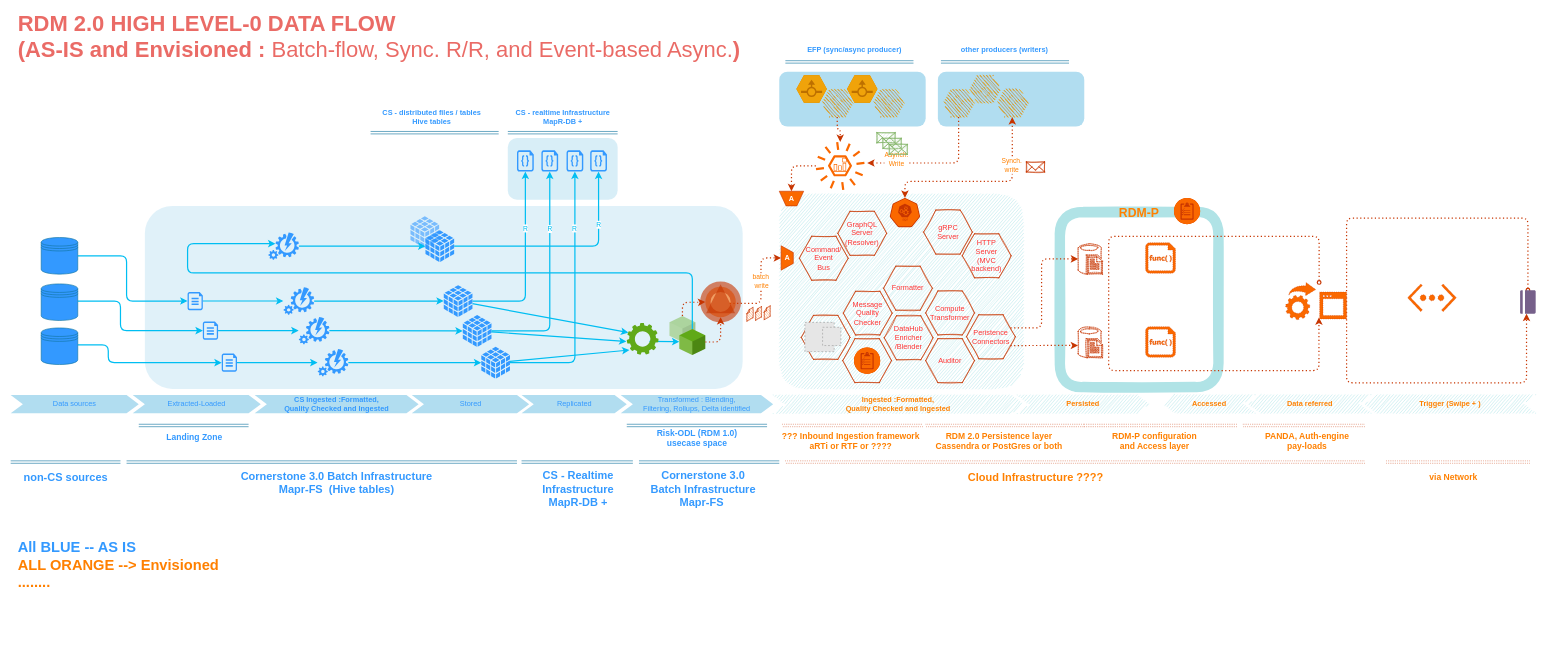
Before: Dataflow.drawio in gaurjain/drawio, a draw.io diagram. Source tidied: cells renumbered, new cells numbered last; positions are measured from the earlier drawing's top-left corner, leaving out a move shared by most shapes. Both pictures are drawn from the tidied source at 61%, with x=0, y=0 at pixel (10, 23). Pictures stored in the file or linked from it are replaced by grey dashed boxes.
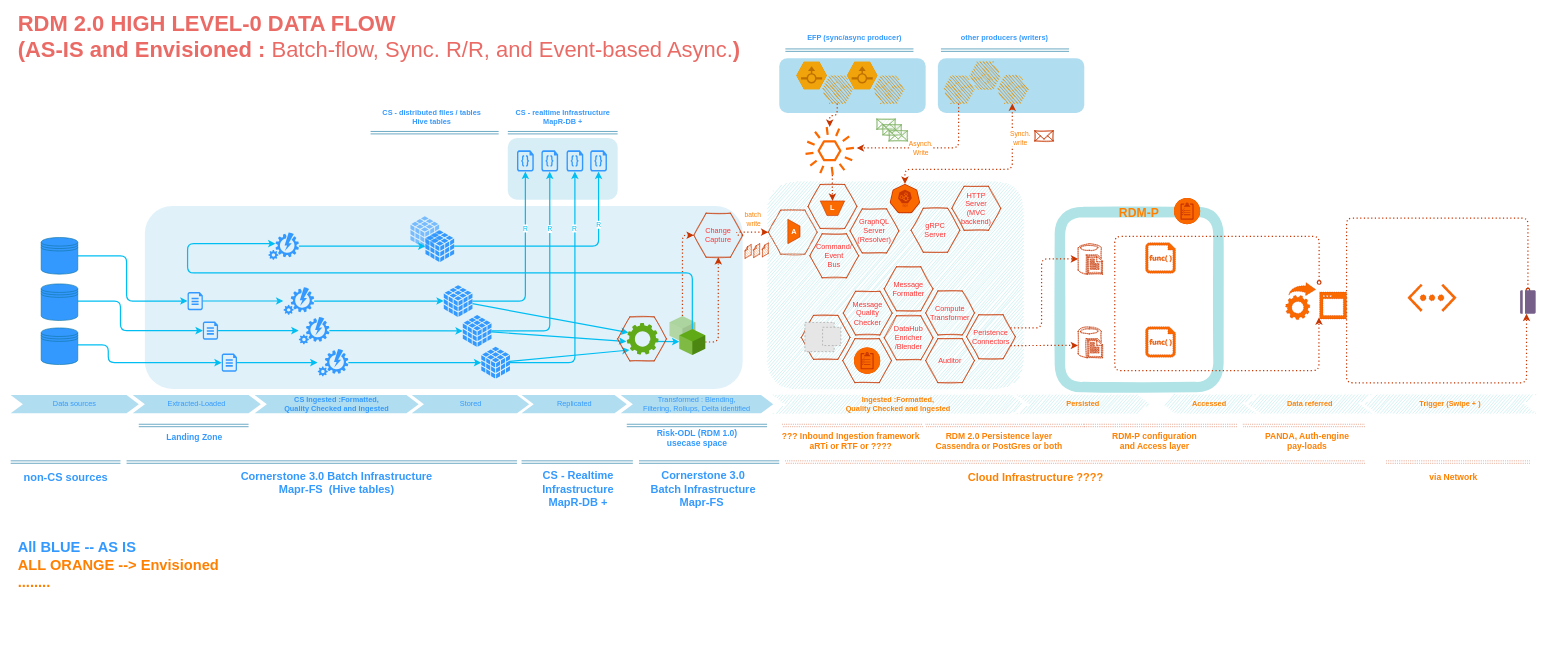
Above is the later version.

Unchanged cells that the change refers to:
```xml
<mxCell id="9" style="verticalLabelPosition=bottom;verticalAlign=top;html=1;shape=mxgraph.infographic.shadedCube;isoAngle=15;fillColor=#60a917;fontColor=#ffffff;strokeColor=none;shadow=0;opacity=40;" parent="1" vertex="1">
  <mxGeometry x="1080" y="480.6" width="42.5" height="42.5" as="geometry" />
</mxCell>
<mxCell id="42" style="verticalLabelPosition=bottom;verticalAlign=top;html=1;shape=mxgraph.infographic.shadedCube;isoAngle=15;fillColor=#60a917;fontColor=#ffffff;strokeColor=none;" parent="1" vertex="1">
  <mxGeometry x="1096.2" y="501.9" width="42.5" height="42.5" as="geometry" />
</mxCell>
<mxCell id="98" style="html=1;strokeColor=#C73500;shadow=0;align=center;verticalAlign=top;fillColor=#fa6800;shape=mxgraph.gcp2.gear_arrow;dashed=1;dashPattern=1 2;labelBackgroundColor=none;sketch=0;fontColor=#ffffff;" parent="1" vertex="1">
  <mxGeometry x="2090" y="425.5" width="100" height="61" as="geometry" />
</mxCell>
```

What changed in the source:
```diff
@@
+    <mxCell id="159" style="shape=hexagon;perimeter=hexagonPerimeter2;whiteSpace=wrap;html=1;fixedSize=1;strokeColor=#C73500;sketch=1;fontColor=#ffffff;fillColor=none;" parent="1" vertex="1">
+      <mxGeometry x="1242.1" y="307" width="80" height="72.1" as="geometry" />
+    </mxCell>
     <mxCell id="2" style="rounded=1;whiteSpace=wrap;html=1;sketch=0;fillColor=#b1ddf0;strokeColor=none;" parent="1" vertex="1">
-      <mxGeometry x="1520" y="80" width="240" height="90" as="geometry" />
+      <mxGeometry x="1520" y="57.8" width="240" height="90" as="geometry" />
     </mxCell>
     <mxCell id="3" style="rounded=1;whiteSpace=wrap;html=1;sketch=1;fillColor=#b0e3e6;strokeColor=none;" parent="1" vertex="1">
-      <mxGeometry x="1260" y="280" width="400" height="320" as="geometry" />
+      <mxGeometry x="1240" y="260" width="420" height="340" as="geometry" />
     </mxCell>
@@
     <mxCell id="7" value="&lt;font&gt;gRPC &lt;br&gt;Server&lt;/font&gt;" style="shape=hexagon;perimeter=hexagonPerimeter2;whiteSpace=wrap;html=1;fixedSize=1;strokeColor=#C73500;sketch=1;fillColor=none;fontColor=#FF3333;" parent="1" vertex="1">
-      <mxGeometry x="1496.5" y="306.9" width="80" height="72.1" as="geometry" />
+      <mxGeometry x="1476" y="303.9" width="80" height="72.1" as="geometry" />
     </mxCell>
@@
     <mxCell id="11" style="rounded=1;whiteSpace=wrap;html=1;sketch=0;fillColor=#b1ddf0;strokeColor=none;" parent="1" vertex="1">
-      <mxGeometry x="1260" y="80" width="240" height="90" as="geometry" />
+      <mxGeometry x="1260" y="57.8" width="240" height="90" as="geometry" />
     </mxCell>
@@
     <mxCell id="94" style="edgeStyle=orthogonalEdgeStyle;rounded=1;sketch=0;orthogonalLoop=1;jettySize=auto;html=1;shadow=0;dashed=1;dashPattern=1 2;labelBackgroundColor=none;strokeColor=#C73500;strokeWidth=2;fontColor=#FF8000;fillColor=#fa6800;startArrow=oval;startFill=0;entryX=0.547;entryY=0.941;entryDx=0;entryDy=0;entryPerimeter=0;" parent="1" edge="1" source="98" target="98">
       <mxGeometry relative="1" as="geometry">
         <Array as="points">
           <mxPoint x="2145" y="350" />
-          <mxPoint x="1800" y="350" />
-          <mxPoint x="1800" y="570" />
+          <mxPoint x="1810" y="350" />
+          <mxPoint x="1810" y="570" />
           <mxPoint x="2145" y="570" />
         </Array>
       </mxGeometry>
     </mxCell>
@@
     <mxCell id="103" style="verticalLabelPosition=bottom;html=1;fillColor=#f0a30a;verticalAlign=top;align=center;points=[[0,0.5,0],[0.125,0.25,0],[0.25,0,0],[0.5,0,0],[0.75,0,0],[0.875,0.25,0],[1,0.5,0],[0.875,0.75,0],[0.75,1,0],[0.5,1,0],[0.125,0.75,0]];shape=mxgraph.cisco_safe.compositeIcon;bgIcon=mxgraph.cisco_safe.design.blank_device;resIcon=mxgraph.cisco_safe.design.flow_sensor_2;sketch=1;flipV=1;strokeColor=#BD7000;fontColor=#ffffff;" parent="1" vertex="1">
-      <mxGeometry x="1330" y="109.4" width="50" height="45" as="geometry" />
+      <mxGeometry x="1330" y="87.2" width="50" height="45" as="geometry" />
     </mxCell>
     <mxCell id="104" style="verticalLabelPosition=bottom;html=1;fillColor=#f0a30a;verticalAlign=top;align=center;shape=mxgraph.cisco_safe.compositeIcon;bgIcon=mxgraph.cisco_safe.design.blank_device;resIcon=mxgraph.cisco_safe.design.flow_sensor;sketch=0;strokeColor=#BD7000;fontColor=#ffffff;" parent="1" vertex="1">
-      <mxGeometry x="1371" y="86" width="50" height="45" as="geometry" />
+      <mxGeometry x="1371" y="63.8" width="50" height="45" as="geometry" />
     </mxCell>
     <mxCell id="105" style="verticalLabelPosition=bottom;html=1;fillColor=#f0a30a;strokeColor=#BD7000;verticalAlign=top;align=center;shape=mxgraph.cisco_safe.compositeIcon;bgIcon=mxgraph.cisco_safe.design.blank_device;resIcon=mxgraph.cisco_safe.design.flow_sensor_2;sketch=1;flipV=1;fontColor=#ffffff;" parent="1" vertex="1">
-      <mxGeometry x="1414" y="109.4" width="50" height="45" as="geometry" />
+      <mxGeometry x="1414" y="87.2" width="50" height="45" as="geometry" />
     </mxCell>
     <mxCell id="106" style="verticalLabelPosition=bottom;html=1;fillColor=#f0a30a;verticalAlign=top;align=center;shape=mxgraph.cisco_safe.compositeIcon;bgIcon=mxgraph.cisco_safe.design.blank_device;resIcon=mxgraph.cisco_safe.design.flow_sensor;sketch=0;strokeColor=#BD7000;fontColor=#ffffff;" parent="1" vertex="1">
-      <mxGeometry x="1288" y="86" width="50" height="45" as="geometry" />
+      <mxGeometry x="1288" y="63.8" width="50" height="45" as="geometry" />
     </mxCell>
     <mxCell id="107" style="html=1;dashed=0;whitespace=wrap;points=[[0.005,0.63,0],[0.1,0.2,0],[0.9,0.2,0],[0.5,0,0],[0.995,0.63,0],[0.72,0.99,0],[0.5,1,0],[0.28,0.99,0]];shape=mxgraph.kubernetes.icon;prIcon=api;sketch=0;fontColor=#ffffff;strokeColor=#C73500;fillColor=#fa6800;" parent="1" vertex="1">
-      <mxGeometry x="1441" y="287" width="50" height="48" as="geometry" />
+      <mxGeometry x="1441" y="264" width="50" height="48" as="geometry" />
     </mxCell>
     <mxCell id="108" style="edgeStyle=orthogonalEdgeStyle;rounded=1;jettySize=auto;html=1;dashed=1;dashPattern=1 2;fillColor=#fa6800;strokeColor=#C73500;strokeWidth=2;entryX=0.5;entryY=0;entryDx=0;entryDy=0;entryPerimeter=0;startArrow=classic;startFill=1;exitX=0.5;exitY=0;exitDx=0;exitDy=0;exitPerimeter=0;" parent="1" edge="1" source="125" target="107">
       <mxGeometry relative="1" as="geometry">
         <Array as="points">
-          <mxPoint x="1642" y="260" />
-          <mxPoint x="1466" y="260" />
+          <mxPoint x="1642" y="240" />
+          <mxPoint x="1466" y="240" />
         </Array>
       </mxGeometry>
     </mxCell>
     <mxCell id="109" value="Synch.&lt;br&gt;write" style="edgeLabel;html=1;align=center;verticalAlign=middle;fontColor=#FF8000;" parent="108" vertex="1">
       <mxGeometry x="0.07" y="-2" relative="1" as="geometry">
-        <mxPoint x="57.4" y="-24.2" as="offset" />
+        <mxPoint x="69.4" y="-49.2" as="offset" />
       </mxGeometry>
     </mxCell>
     <mxCell id="110" style="html=1;verticalLabelPosition=bottom;align=center;labelBackgroundColor=#ffffff;verticalAlign=top;strokeWidth=1;shadow=0;dashed=0;shape=mxgraph.ios7.icons.mail;sketch=1;fontColor=#ffffff;strokeColor=#C73500;fillColor=none;" parent="1" vertex="1">
-      <mxGeometry x="1665" y="227.9" width="30" height="16.5" as="geometry" />
+      <mxGeometry x="1679" y="177" width="30" height="16.5" as="geometry" />
     </mxCell>
@@
     <mxCell id="112" style="shape=link;html=1;fillColor=#b1ddf0;strokeColor=#10739e;fontColor=#3399FF;" parent="1" edge="1">
       <mxGeometry relative="1" as="geometry">
-        <mxPoint x="1270" y="64" as="sourcePoint" />
-        <mxPoint x="1480" y="64" as="targetPoint" />
+        <mxPoint x="1270" y="44.7" as="sourcePoint" />
+        <mxPoint x="1480" y="44.7" as="targetPoint" />
       </mxGeometry>
     </mxCell>
     <mxCell id="113" value="EFP (sync/async producer)" style="text;html=1;align=center;verticalAlign=middle;fontStyle=1;fontColor=#3399FF;" parent="1" vertex="1">
-      <mxGeometry x="1298" y="34" width="170" height="20" as="geometry" />
+      <mxGeometry x="1298" y="14.7" width="170" height="20" as="geometry" />
     </mxCell>
@@
     <mxCell id="117" style="shape=link;html=1;fillColor=#b1ddf0;strokeColor=#10739e;fontColor=#3399FF;" parent="1" edge="1">
       <mxGeometry relative="1" as="geometry">
-        <mxPoint x="1525" y="64" as="sourcePoint" />
-        <mxPoint x="1735" y="64" as="targetPoint" />
+        <mxPoint x="1525" y="44.7" as="sourcePoint" />
+        <mxPoint x="1735" y="44.7" as="targetPoint" />
       </mxGeometry>
     </mxCell>
     <mxCell id="118" value="other producers (writers)" style="text;html=1;align=center;verticalAlign=middle;fontStyle=1;fontColor=#3399FF;" parent="1" vertex="1">
-      <mxGeometry x="1549" y="34" width="160" height="20" as="geometry" />
+      <mxGeometry x="1549" y="14.7" width="160" height="20" as="geometry" />
     </mxCell>
     <mxCell id="119" style="outlineConnect=0;dashed=0;verticalLabelPosition=bottom;verticalAlign=top;align=center;html=1;fontSize=12;fontStyle=0;shape=mxgraph.aws4.event;sketch=0;fontColor=#ffffff;strokeColor=#C73500;fillColor=#fa6800;" parent="1" vertex="1">
-      <mxGeometry x="1320" y="194.7" width="79.8" height="79.8" as="geometry" />
+      <mxGeometry x="1302.8" y="170" width="79.8" height="79.8" as="geometry" />
     </mxCell>
     <mxCell id="120" style="rounded=1;jettySize=auto;html=1;dashed=1;dashPattern=1 2;fillColor=#fa6800;strokeColor=#C73500;strokeWidth=2;startArrow=none;startFill=0;entryX=0;entryY=0.5;entryDx=0;entryDy=0;entryPerimeter=0;edgeStyle=orthogonalEdgeStyle;" parent="1" edge="1" source="119" target="129">
-      <mxGeometry relative="1" as="geometry" />
+      <mxGeometry relative="1" as="geometry">
+        <Array as="points">
+          <mxPoint x="1347" y="270" />
+          <mxPoint x="1347" y="270" />
+        </Array>
+      </mxGeometry>
     </mxCell>
     <mxCell id="121" style="verticalLabelPosition=bottom;html=1;fillColor=#f0a30a;strokeColor=#BD7000;verticalAlign=top;align=center;points=[[0,0.5,0],[0.125,0.25,0],[0.25,0,0],[0.5,0,0],[0.75,0,0],[0.875,0.25,0],[1,0.5,0],[0.875,0.75,0],[0.75,1,0],[0.5,1,0],[0.125,0.75,0]];shape=mxgraph.cisco_safe.compositeIcon;bgIcon=mxgraph.cisco_safe.design.blank_device;resIcon=mxgraph.cisco_safe.design.flow_sensor_2;sketch=1;flipV=1;fontColor=#ffffff;" parent="1" vertex="1">
-      <mxGeometry x="1529" y="109.4" width="50" height="45" as="geometry" />
+      <mxGeometry x="1529" y="87.2" width="50" height="45" as="geometry" />
     </mxCell>
     <mxCell id="122" style="edgeStyle=orthogonalEdgeStyle;rounded=1;jettySize=auto;html=1;dashed=1;dashPattern=1 2;fillColor=#fa6800;strokeColor=#C73500;strokeWidth=2;startArrow=none;startFill=0;exitX=0.5;exitY=0;exitDx=0;exitDy=0;exitPerimeter=0;entryX=1.054;entryY=0.438;entryDx=0;entryDy=0;entryPerimeter=0;" parent="1" edge="1" source="121" target="119">
       <mxGeometry relative="1" as="geometry">
         <Array as="points">
-          <mxPoint x="1554" y="230" />
+          <mxPoint x="1554" y="205" />
         </Array>
       </mxGeometry>
     </mxCell>
     <mxCell id="123" value="Asynch.&lt;br&gt;Write" style="edgeLabel;html=1;align=center;verticalAlign=middle;fontColor=#FF8000;" parent="122" vertex="1">
       <mxGeometry x="-0.14" y="-1" relative="1" as="geometry">
-        <mxPoint x="-81" y="-5.1" as="offset" />
+        <mxPoint x="-32.4" y="1.7" as="offset" />
       </mxGeometry>
     </mxCell>
     <mxCell id="124" style="verticalLabelPosition=bottom;html=1;fillColor=#f0a30a;strokeColor=#BD7000;verticalAlign=top;align=center;shape=mxgraph.cisco_safe.compositeIcon;bgIcon=mxgraph.cisco_safe.design.blank_device;resIcon=mxgraph.cisco_safe.design.flow_sensor_2;sketch=1;flipV=1;fontColor=#ffffff;direction=west;" parent="1" vertex="1">
-      <mxGeometry x="1573" y="86" width="50" height="45" as="geometry" />
+      <mxGeometry x="1573" y="63.8" width="50" height="45" as="geometry" />
     </mxCell>
     <mxCell id="125" style="verticalLabelPosition=bottom;html=1;fillColor=#f0a30a;strokeColor=#BD7000;verticalAlign=top;align=center;points=[[0,0.5,0],[0.125,0.25,0],[0.25,0,0],[0.5,0,0],[0.75,0,0],[0.875,0.25,0],[1,0.5,0],[0.875,0.75,0],[0.75,1,0],[0.5,1,0],[0.125,0.75,0]];shape=mxgraph.cisco_safe.compositeIcon;bgIcon=mxgraph.cisco_safe.design.blank_device;resIcon=mxgraph.cisco_safe.design.flow_sensor_2;sketch=1;flipV=1;fontColor=#ffffff;" parent="1" vertex="1">
-      <mxGeometry x="1617" y="109.4" width="50" height="45" as="geometry" />
+      <mxGeometry x="1617" y="87.2" width="50" height="45" as="geometry" />
     </mxCell>
@@
-    <mxCell id="127" style="fontColor=#ffffff;dashed=0;verticalLabelPosition=bottom;verticalAlign=top;align=center;html=1;fontSize=12;fontStyle=0;shape=mxgraph.aws4.event_event_based;sketch=0;shadow=0;strokeColor=#C73500;fillColor=#fa6800;" parent="1" vertex="1">
-      <mxGeometry x="1347.9" y="221.3" width="23.1" height="23.1" as="geometry" />
-    </mxCell>
@@
-    <mxCell id="129" value="&lt;b&gt;&lt;font style=&quot;font-size: 12px&quot;&gt;A&lt;/font&gt;&lt;/b&gt;" style="strokeWidth=1;outlineConnect=0;dashed=0;align=center;html=1;fontSize=8;shape=mxgraph.eip.channel_adapter;shadow=0;sketch=0;direction=south;strokeColor=#C73500;fillColor=#fa6800;fontColor=#ffffff;" parent="1" vertex="1">
-      <mxGeometry x="1260" y="276" width="40" height="24" as="geometry" />
+    <mxCell id="129" value="&lt;span style=&quot;font-size: 12px&quot;&gt;&lt;b&gt;L&lt;/b&gt;&lt;/span&gt;" style="strokeWidth=1;outlineConnect=0;dashed=0;align=center;html=1;fontSize=8;shape=mxgraph.eip.channel_adapter;shadow=0;sketch=0;direction=south;strokeColor=#C73500;fillColor=#fa6800;fontColor=#ffffff;" parent="1" vertex="1">
+      <mxGeometry x="1327.2" y="291.9" width="40" height="24" as="geometry" />
     </mxCell>
     <mxCell id="130" value="&lt;font style=&quot;font-size: 12px&quot;&gt;&lt;b&gt;A&lt;/b&gt;&lt;/font&gt;" style="strokeWidth=1;outlineConnect=0;dashed=0;align=center;html=1;fontSize=8;shape=mxgraph.eip.channel_adapter;shadow=0;sketch=0;direction=east;strokeColor=#C73500;fillColor=#fa6800;fontColor=#ffffff;" parent="1" vertex="1">
-      <mxGeometry x="1263" y="365.4" width="20" height="40" as="geometry" />
+      <mxGeometry x="1274" y="322" width="20" height="40" as="geometry" />
     </mxCell>
-    <mxCell id="131" style="edgeStyle=orthogonalEdgeStyle;rounded=1;sketch=0;jettySize=auto;html=1;shadow=0;strokeWidth=2;labelBackgroundColor=none;fontColor=#EA6B66;fillColor=#fa6800;dashed=1;dashPattern=1 2;strokeColor=#C73500;exitX=1;exitY=0.5;exitDx=0;exitDy=0;exitPerimeter=0;entryX=0;entryY=0.5;entryDx=0;entryDy=0;" parent="1" edge="1" target="130">
+    <mxCell id="131" style="edgeStyle=orthogonalEdgeStyle;rounded=1;sketch=0;jettySize=auto;html=1;shadow=0;strokeWidth=2;labelBackgroundColor=none;fontColor=#EA6B66;fillColor=#fa6800;dashed=1;dashPattern=1 2;strokeColor=#C73500;exitX=1;exitY=0.5;exitDx=0;exitDy=0;entryX=0;entryY=0.5;entryDx=0;entryDy=0;" parent="1" edge="1" source="160" target="159">
       <mxGeometry relative="1" as="geometry">
-        <mxPoint x="1178.8" y="460" as="sourcePoint" />
         <Array as="points">
-          <mxPoint x="1230" y="460" />
-          <mxPoint x="1230" y="385" />
-          <mxPoint x="1263" y="385" />
+          <mxPoint x="1190" y="343" />
         </Array>
       </mxGeometry>
     </mxCell>
     <mxCell id="132" value="batch&amp;nbsp;&lt;br&gt;write" style="edgeLabel;html=1;align=center;verticalAlign=middle;fontColor=#FF8000;" parent="131" vertex="1">
       <mxGeometry x="-0.24" y="1" relative="1" as="geometry">
-        <mxPoint x="1" y="-27.3" as="offset" />
+        <mxPoint x="17.6" y="-20.1" as="offset" />
       </mxGeometry>
     </mxCell>
     <mxCell id="133" style="group;" parent="1" vertex="1">
-      <mxGeometry x="1207" y="464" width="38.1" height="26" as="geometry" />
+      <mxGeometry x="1204" y="361" width="38.1" height="26" as="geometry" />
     </mxCell>
@@
-    <mxCell id="137" style="edgeStyle=orthogonalEdgeStyle;rounded=1;sketch=0;jettySize=auto;html=1;shadow=0;strokeWidth=2;labelBackgroundColor=none;fontColor=#EA6B66;fillColor=#fa6800;dashed=1;dashPattern=1 2;strokeColor=#C73500;exitX=0;exitY=0;exitDx=42.5;exitDy=21.25;exitPerimeter=0;" parent="1" edge="1" source="42" target="139">
+    <mxCell id="137" style="edgeStyle=orthogonalEdgeStyle;rounded=1;sketch=0;jettySize=auto;html=1;shadow=0;strokeWidth=2;labelBackgroundColor=none;fontColor=#EA6B66;fillColor=#fa6800;dashed=1;dashPattern=1 2;strokeColor=#C73500;exitX=0;exitY=0;exitDx=42.5;exitDy=21.25;exitPerimeter=0;entryX=0.5;entryY=1;entryDx=0;entryDy=0;" parent="1" edge="1" source="42" target="160">
       <mxGeometry relative="1" as="geometry" />
     </mxCell>
-    <mxCell id="138" style="rounded=1;sketch=0;jettySize=auto;html=1;shadow=0;strokeWidth=2;labelBackgroundColor=none;fontColor=#EA6B66;fillColor=#fa6800;dashed=1;dashPattern=1 2;strokeColor=#C73500;exitX=0.5;exitY=0;exitDx=0;exitDy=0;exitPerimeter=0;entryX=0;entryY=0.5;entryDx=0;entryDy=0;entryPerimeter=0;edgeStyle=orthogonalEdgeStyle;" parent="1" edge="1" source="9" target="139">
+    <mxCell id="138" style="rounded=1;sketch=0;jettySize=auto;html=1;shadow=0;strokeWidth=2;labelBackgroundColor=none;fontColor=#EA6B66;fillColor=#fa6800;dashed=1;dashPattern=1 2;strokeColor=#C73500;exitX=0.5;exitY=0;exitDx=0;exitDy=0;exitPerimeter=0;entryX=0;entryY=0.5;entryDx=0;entryDy=0;edgeStyle=orthogonalEdgeStyle;" parent="1" edge="1" source="9" target="160">
       <mxGeometry relative="1" as="geometry">
         <Array as="points">
-          <mxPoint x="1101" y="458" />
-          <mxPoint x="1130" y="458" />
+          <mxPoint x="1101" y="348" />
         </Array>
       </mxGeometry>
     </mxCell>
-    <mxCell id="139" style="verticalLabelPosition=bottom;shadow=0;dashed=0;align=center;html=1;verticalAlign=top;shape=mxgraph.electrical.abstract.delta;strokeColor=#C73500;strokeWidth=17;fontColor=#ffffff;opacity=60;fillColor=#fa6800;" parent="1" vertex="1">
-      <mxGeometry x="1138.8" y="432.5" width="50" height="50" as="geometry" />
-    </mxCell>
@@
     <mxCell id="144" style="group;" parent="1" vertex="1">
-      <mxGeometry x="1420" y="180" width="50" height="35.8" as="geometry" />
+      <mxGeometry x="1420" y="157.8" width="50" height="35.8" as="geometry" />
     </mxCell>
@@
     <mxCell id="148" value="GraphQL&lt;br&gt;Server&lt;br&gt;(Resolver)" style="shape=hexagon;perimeter=hexagonPerimeter2;whiteSpace=wrap;html=1;fixedSize=1;strokeColor=#C73500;sketch=1;fillColor=none;fontColor=#FF3333;" parent="1" vertex="1">
-      <mxGeometry x="1356" y="308.9" width="80" height="72.1" as="geometry" />
+      <mxGeometry x="1376" y="305" width="80" height="72.1" as="geometry" />
     </mxCell>
     <mxCell id="149" value="Command/&lt;br&gt;Event&lt;br&gt;Bus" style="shape=hexagon;perimeter=hexagonPerimeter2;whiteSpace=wrap;html=1;fixedSize=1;strokeColor=#C73500;sketch=1;fillColor=none;fontColor=#FF3333;" parent="1" vertex="1">
-      <mxGeometry x="1293" y="349.8" width="80" height="72.1" as="geometry" />
+      <mxGeometry x="1310.2" y="345.8" width="80" height="72.1" as="geometry" />
     </mxCell>
     <mxCell id="150" value="HTTP&lt;br&gt;Server&lt;br&gt;(MVC backend)" style="shape=hexagon;perimeter=hexagonPerimeter2;whiteSpace=wrap;html=1;fixedSize=1;strokeColor=#C73500;sketch=1;fillColor=none;fontColor=#FF3333;" parent="1" vertex="1">
-      <mxGeometry x="1560" y="345.8" width="80" height="72.1" as="geometry" />
+      <mxGeometry x="1543" y="267.9" width="80" height="72.1" as="geometry" />
     </mxCell>
@@
-    <mxCell id="158" value="Formatter" style="shape=hexagon;perimeter=hexagonPerimeter2;whiteSpace=wrap;html=1;fixedSize=1;strokeColor=#C73500;sketch=1;fillColor=none;fontColor=#FF3333;" parent="1" vertex="1">
-      <mxGeometry x="1431" y="398.9" width="80" height="72.1" as="geometry" />
+    <mxCell id="158" value="Message&lt;br&gt;Formatter" style="shape=hexagon;perimeter=hexagonPerimeter2;whiteSpace=wrap;html=1;fixedSize=1;strokeColor=#C73500;sketch=1;fillColor=none;fontColor=#FF3333;" parent="1" vertex="1">
+      <mxGeometry x="1432" y="399.9" width="80" height="72.1" as="geometry" />
     </mxCell>
+    <mxCell id="160" value="Change&lt;br&gt;Capture" style="shape=hexagon;perimeter=hexagonPerimeter2;whiteSpace=wrap;html=1;fixedSize=1;strokeColor=#C73500;sketch=1;fillColor=none;fontColor=#FF3333;" parent="1" vertex="1">
+      <mxGeometry x="1120" y="312" width="80" height="72.1" as="geometry" />
+    </mxCell>
+    <mxCell id="161" style="edgeStyle=none;rounded=1;orthogonalLoop=1;jettySize=auto;html=1;exitX=0.5;exitY=0;exitDx=0;exitDy=0;dashed=1;dashPattern=1 2;fontColor=#FF3333;" parent="1" edge="1" source="148" target="148">
+      <mxGeometry relative="1" as="geometry" />
+    </mxCell>
+    <mxCell id="162" style="shape=hexagon;perimeter=hexagonPerimeter2;whiteSpace=wrap;html=1;fixedSize=1;strokeColor=#C73500;sketch=1;fillColor=none;fontColor=#FF3333;" parent="1" vertex="1">
+      <mxGeometry x="1307.2" y="264.9" width="80" height="72.1" as="geometry" />
+    </mxCell>
+    <mxCell id="163" style="shape=hexagon;perimeter=hexagonPerimeter2;whiteSpace=wrap;html=1;fixedSize=1;strokeColor=#C73500;sketch=1;fillColor=none;fontColor=#FF3333;" parent="1" vertex="1">
+      <mxGeometry x="995" y="482" width="80" height="72.1" as="geometry" />
+    </mxCell>
```
